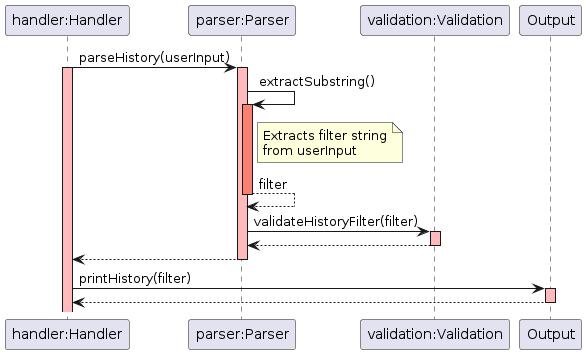
Before: docs/img/sequence_diagrams/history_sequence.png, a diagram exported from PlantUML (rouvinerh/tp). The source it was exported from:
```plantuml
@startuml
skinparam sequenceReferenceBackgroundColor lightblue
participant "handler:Handler" as Handler
participant "parser:Parser" as Parser
participant "validation:Validation" as Validation


Handler -> Parser: parseHistory(userInput)
activate Handler #FFBBBB
activate Parser #FFBBBB

    Parser -> Parser: extractSubstring()
    note right of Parser: Extracts filter string\nfrom userInput
    activate Parser #Salmon
    Parser --> Parser: filter
    deactivate Parser #Salmon

    Parser -> Validation: validateHistoryFilter(filter)
    activate Validation #FFBBBB
    Validation --> Parser:
    deactivate Validation #FFBBBB
    Parser --> Handler
deactivate Parser
Handler -> Output : printHistory(filter)
activate Output #FFBBBB
Output --> Handler
deactivate Output
@enduml
```
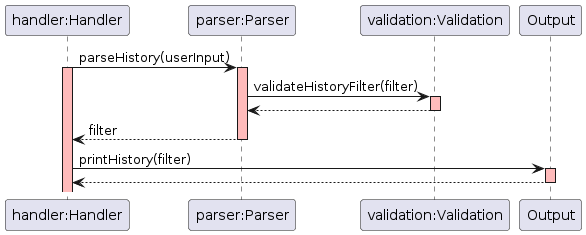
The same file after the commit.

The edit, as a diff of the source:
```diff
@@ -9,17 +9,11 @@
 activate Handler #FFBBBB
 activate Parser #FFBBBB
 
-    Parser -> Parser: extractSubstring()
-    note right of Parser: Extracts filter string\nfrom userInput
-    activate Parser #Salmon
-    Parser --> Parser: filter
-    deactivate Parser #Salmon
-
     Parser -> Validation: validateHistoryFilter(filter)
     activate Validation #FFBBBB
     Validation --> Parser:
     deactivate Validation #FFBBBB
-    Parser --> Handler
+    Parser --> Handler: filter
 deactivate Parser
 Handler -> Output : printHistory(filter)
 activate Output #FFBBBB
```
